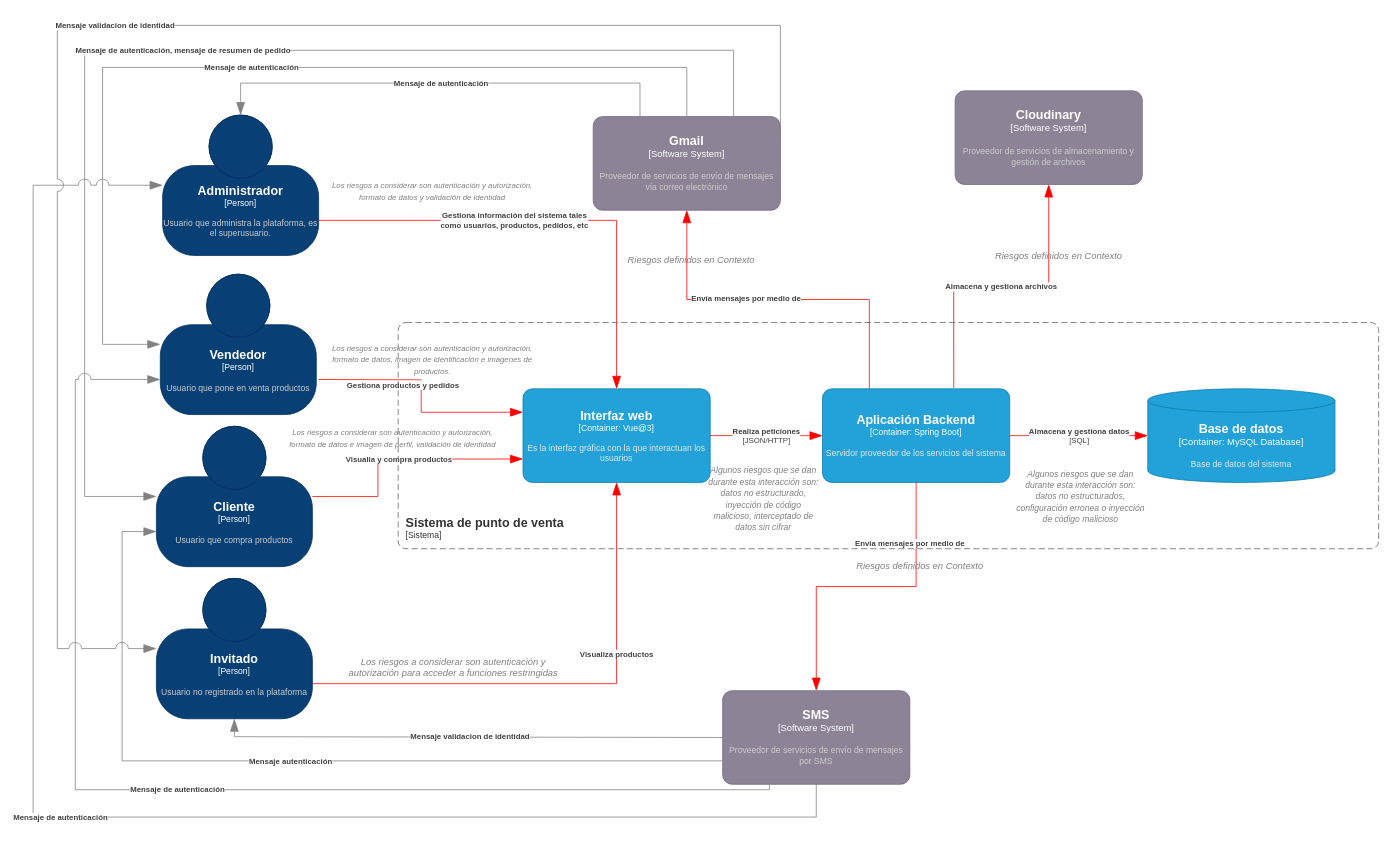
Before: page "Contenedores con riesgos" (2 of 10) of Diagrama/c4CarsiShop.drawio in EmilianoChofis/c4CarsiShop, a draw.io diagram. Source tidied: cells renumbered, new cells numbered last; positions are measured from the earlier drawing's top-left corner, leaving out a move shared by most shapes. Both pictures are drawn from the tidied source at 78%, with x=0, y=0 at pixel (33, 25).
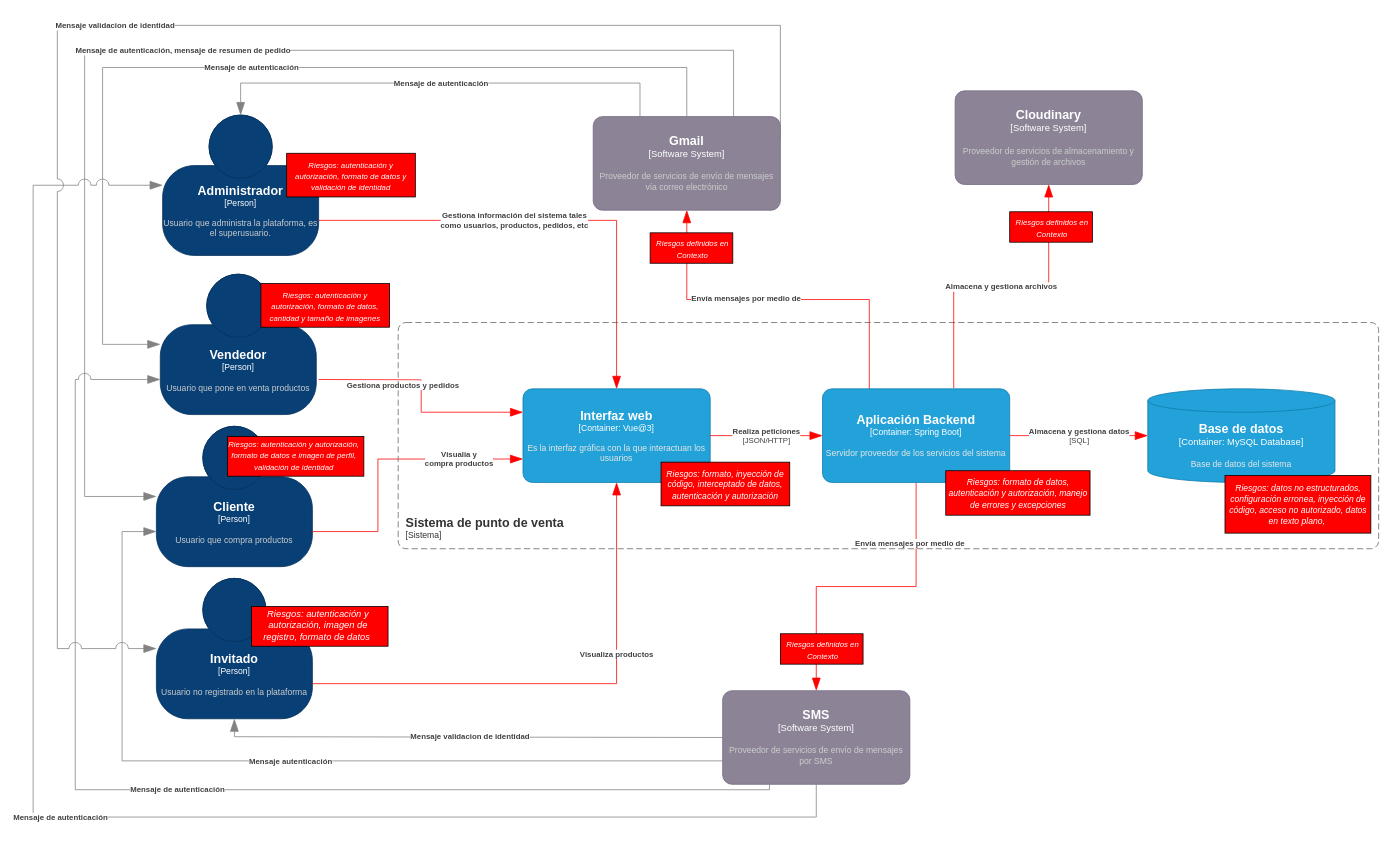
The same diagram, later.

Commit message (it also covers changes not shown here):
contenedores-riesgos actualizado

Unchanged cells that the change refers to:
```xml
<object id="3" label="&lt;font style=&quot;font-size: 16px&quot;&gt;&lt;b&gt;%c4Name%&lt;/b&gt;&lt;/font&gt;&lt;div&gt;[%c4Type%]&lt;/div&gt;&lt;br&gt;&lt;div&gt;&lt;font style=&quot;font-size: 11px&quot;&gt;&lt;font color=&quot;#cccccc&quot;&gt;%c4Description%&lt;/font&gt;&lt;/div&gt;" c4Description="Usuario que compra productos" c4Name="Cliente" c4Type="Person" placeholders="1">
  <mxCell style="html=1;fontSize=11;dashed=0;whiteSpace=wrap;fillColor=#083F75;strokeColor=#06315C;fontColor=#ffffff;shape=mxgraph.c4.person2;align=center;points=[[0.5,0,0],[1,0.5,0],[1,0.75,0],[0.75,1,0],[0.5,1,0],[0.25,1,0],[0,0.75,0],[0,0.5,0]];" parent="1" vertex="1">
    <mxGeometry x="158" y="514" width="200" height="180" as="geometry" />
  </mxCell>
</object>
<object id="24" label="&lt;font style=&quot;font-size: 16px&quot;&gt;&lt;b&gt;%c4Name%&lt;/b&gt;&lt;/font&gt;&lt;div&gt;[%c4Type%: %c4Technology%]&lt;/div&gt;&lt;br&gt;&lt;div&gt;&lt;font style=&quot;font-size: 11px&quot;&gt;&lt;font color=&quot;#E6E6E6&quot;&gt;%c4Description%&lt;/font&gt;&lt;/div&gt;" c4Description="Es la interfaz gráfica con la que interactuan los usuarios" c4Name="Interfaz web " c4Technology="Vue@3" c4Type="Container" placeholders="1">
  <mxCell style="rounded=1;whiteSpace=wrap;html=1;fontSize=11;labelBackgroundColor=none;fillColor=#23A2D9;fontColor=#ffffff;align=center;arcSize=10;strokeColor=#0E7DAD;points=[[0.25,0,0],[0.5,0,0],[0.75,0,0],[1,0.25,0],[1,0.5,0],[1,0.75,0],[0.75,1,0],[0.5,1,0],[0.25,1,0],[0,0.75,0],[0,0.5,0],[0,0.25,0]];" parent="1" vertex="1">
    <mxGeometry x="628" y="466" width="240" height="120" as="geometry" />
  </mxCell>
</object>
```

What changed in the source:
```diff
@@
-    <object id="13" label="&lt;div style=&quot;text-align: left&quot;&gt;&lt;div style=&quot;text-align: center&quot;&gt;&lt;b&gt;%c4Description%&lt;/b&gt;&lt;/div&gt;" c4Description="Visualia y compra productos" placeholders="1">
-      <mxCell style="endArrow=blockThin;html=1;fontSize=10;fontColor=#404040;strokeWidth=1;endFill=1;strokeColor=#FF0000;elbow=vertical;endSize=14;startSize=14;jumpStyle=arc;jumpSize=16;rounded=0;edgeStyle=orthogonalEdgeStyle;exitX=1;exitY=0.5;exitDx=0;exitDy=0;exitPerimeter=0;entryX=0;entryY=0.75;entryDx=0;entryDy=0;entryPerimeter=0;" parent="1" edge="1" source="3" target="24">
-        <mxGeometry relative="1" as="geometry">
+    <object id="13" label="&lt;div style=&quot;text-align: left&quot;&gt;&lt;div style=&quot;text-align: center&quot;&gt;&lt;b&gt;%c4Description%&lt;/b&gt;&lt;/div&gt;" c4Description="Visualia y &#10;compra productos" placeholders="1">
+      <mxCell style="endArrow=blockThin;html=1;fontSize=10;fontColor=#404040;strokeWidth=1;endFill=1;strokeColor=#FF0000;elbow=vertical;endSize=14;startSize=14;jumpStyle=arc;jumpSize=16;rounded=0;edgeStyle=orthogonalEdgeStyle;exitX=1;exitY=0.75;exitDx=0;exitDy=0;exitPerimeter=0;entryX=0;entryY=0.75;entryDx=0;entryDy=0;entryPerimeter=0;" parent="1" edge="1" source="3" target="24">
+        <mxGeometry x="0.55" relative="1" as="geometry">
           <Array as="points">
-            <mxPoint x="442" y="604" />
+            <mxPoint x="442" y="649" />
             <mxPoint x="442" y="556" />
           </Array>
         </mxGeometry>
       </mxCell>
     </object>
@@
-    <mxCell id="30" value="&lt;i&gt;&lt;font style=&quot;font-size: 11px;&quot; color=&quot;#808080&quot;&gt;Algunos riesgos que se dan durante esta interacción son: datos no estructurados, configuración erronea o inyección de código malicioso&lt;/font&gt;&lt;/i&gt;" style="text;strokeColor=none;align=center;fillColor=none;html=1;verticalAlign=middle;whiteSpace=wrap;rounded=0;" parent="1" vertex="1">
-      <mxGeometry x="1257" y="589" width="172" height="30" as="geometry" />
-    </mxCell>
+    <mxCell id="39" style="group;" parent="1" vertex="1">
+      <mxGeometry x="805" y="560" width="165" height="68" as="geometry" />
+    </mxCell>
+    <mxCell id="40" style="rounded=0;whiteSpace=wrap;html=1;fillColor=#FF0000;" parent="39" vertex="1">
+      <mxGeometry width="165" height="56" as="geometry" />
+    </mxCell>
-    <mxCell id="31" value="&lt;i&gt;&lt;font style=&quot;font-size: 11px;&quot; color=&quot;#808080&quot;&gt;Algunos riesgos que se dan durante esta interacción son: datos no estructurado, inyección de código malicioso, interceptado de datos sin cifrar&lt;/font&gt;&lt;/i&gt;" style="text;strokeColor=none;align=center;fillColor=none;html=1;verticalAlign=middle;whiteSpace=wrap;rounded=0;" parent="1" vertex="1">
-      <mxGeometry x="864" y="592" width="145" height="30" as="geometry" />
+    <mxCell id="31" value="&lt;i&gt;&lt;font color=&quot;#ffffff&quot; style=&quot;font-size: 11px;&quot;&gt;Riesgos: formato, inyección de código, interceptado de datos, autenticación y autorización&lt;/font&gt;&lt;/i&gt;" style="text;strokeColor=none;align=center;fillColor=none;html=1;verticalAlign=middle;whiteSpace=wrap;rounded=0;" parent="39" vertex="1">
+      <mxGeometry x="4" y="4" width="157" height="50" as="geometry" />
     </mxCell>
-    <mxCell id="32" value="&lt;i&gt;&lt;font color=&quot;#808080&quot;&gt;Riesgos definidos en Contexto&lt;/font&gt;&lt;/i&gt;" style="text;strokeColor=none;align=center;fillColor=none;html=1;verticalAlign=middle;whiteSpace=wrap;rounded=0;" parent="1" vertex="1">
-      <mxGeometry x="1229" y="281" width="172" height="30" as="geometry" />
-    </mxCell>
-    <mxCell id="33" value="&lt;i&gt;&lt;font color=&quot;#808080&quot;&gt;Riesgos definidos en Contexto&lt;/font&gt;&lt;/i&gt;" style="text;strokeColor=none;align=center;fillColor=none;html=1;verticalAlign=middle;whiteSpace=wrap;rounded=0;" parent="1" vertex="1">
-      <mxGeometry x="758" y="286" width="172" height="30" as="geometry" />
-    </mxCell>
-    <mxCell id="34" value="&lt;i&gt;&lt;font color=&quot;#808080&quot;&gt;Riesgos definidos en Contexto&lt;/font&gt;&lt;/i&gt;" style="text;strokeColor=none;align=center;fillColor=none;html=1;verticalAlign=middle;whiteSpace=wrap;rounded=0;" parent="1" vertex="1">
-      <mxGeometry x="1051" y="679" width="172" height="30" as="geometry" />
-    </mxCell>
-    <mxCell id="35" value="&lt;font color=&quot;#808080&quot;&gt;&lt;i&gt;Los riesgos a considerar son autenticación y autorización para acceder a funciones restringidas&lt;/i&gt;&lt;/font&gt;" style="text;strokeColor=none;align=center;fillColor=none;html=1;verticalAlign=middle;whiteSpace=wrap;rounded=0;" parent="1" vertex="1">
-      <mxGeometry x="398" y="808" width="282" height="30" as="geometry" />
-    </mxCell>
-    <mxCell id="36" value="&lt;font style=&quot;font-size: 10px;&quot; color=&quot;#808080&quot;&gt;&lt;i&gt;Los riesgos a considerar son autenticación y autorización, formato de datos e imagen de perfil, validación de identidad&lt;/i&gt;&lt;/font&gt;" style="text;strokeColor=none;align=center;fillColor=none;html=1;verticalAlign=middle;whiteSpace=wrap;rounded=0;" parent="1" vertex="1">
-      <mxGeometry x="320" y="514" width="282" height="30" as="geometry" />
-    </mxCell>
-    <mxCell id="37" value="&lt;font style=&quot;font-size: 10px;&quot; color=&quot;#808080&quot;&gt;&lt;i&gt;Los riesgos a considerar son autenticación y autorización, formato de datos, imagen de identificación e imagenes de productos.&lt;/i&gt;&lt;/font&gt;" style="text;strokeColor=none;align=center;fillColor=none;html=1;verticalAlign=middle;whiteSpace=wrap;rounded=0;" parent="1" vertex="1">
-      <mxGeometry x="371" y="413" width="282" height="30" as="geometry" />
-    </mxCell>
-    <mxCell id="38" value="&lt;font style=&quot;font-size: 10px;&quot; color=&quot;#808080&quot;&gt;&lt;i&gt;Los riesgos a considerar son autenticación y autorización, formato de datos y validación de identidad&lt;/i&gt;&lt;/font&gt;" style="text;strokeColor=none;align=center;fillColor=none;html=1;verticalAlign=middle;whiteSpace=wrap;rounded=0;" parent="1" vertex="1">
-      <mxGeometry x="371" y="197" width="282" height="30" as="geometry" />
-    </mxCell>
+    <mxCell id="41" style="group;" parent="1" vertex="1">
+      <mxGeometry x="1528" y="577" width="187" height="74" as="geometry" />
+    </mxCell>
+    <mxCell id="42" style="rounded=0;whiteSpace=wrap;html=1;fillColor=#FF0000;" parent="41" vertex="1">
+      <mxGeometry width="187" height="74" as="geometry" />
+    </mxCell>
+    <mxCell id="43" value="&lt;i&gt;&lt;font color=&quot;#ffffff&quot; style=&quot;font-size: 11px;&quot;&gt;Riesgos: datos no estructurados, configuración erronea, inyección de código, acceso no autorizado, datos en texto plano,&amp;nbsp;&lt;/font&gt;&lt;/i&gt;" style="text;strokeColor=none;align=center;fillColor=none;html=1;verticalAlign=middle;whiteSpace=wrap;rounded=0;" parent="41" vertex="1">
+      <mxGeometry x="2.5" y="18" width="182" height="38" as="geometry" />
+    </mxCell>
+    <mxCell id="44" style="group;" parent="1" vertex="1">
+      <mxGeometry x="1170" y="571" width="185" height="57" as="geometry" />
+    </mxCell>
+    <mxCell id="45" style="rounded=0;whiteSpace=wrap;html=1;fillColor=#FF0000;" parent="44" vertex="1">
+      <mxGeometry width="185" height="57" as="geometry" />
+    </mxCell>
+    <mxCell id="46" value="&lt;i&gt;&lt;font color=&quot;#ffffff&quot; style=&quot;font-size: 11px;&quot;&gt;Riesgos: formato de datos, autenticación y autorización, manejo de errores y excepciones&lt;/font&gt;&lt;/i&gt;" style="text;strokeColor=none;align=center;fillColor=none;html=1;verticalAlign=middle;whiteSpace=wrap;rounded=0;" parent="44" vertex="1">
+      <mxGeometry x="2.5" y="13.9" width="180.1" height="29.3" as="geometry" />
+    </mxCell>
+    <mxCell id="47" style="group;" parent="1" vertex="1">
+      <mxGeometry x="325" y="164" width="165" height="68" as="geometry" />
+    </mxCell>
+    <mxCell id="48" style="rounded=0;whiteSpace=wrap;html=1;fillColor=#FF0000;" parent="47" vertex="1">
+      <mxGeometry width="165" height="56" as="geometry" />
+    </mxCell>
+    <mxCell id="49" value="&lt;i style=&quot;font-size: 10px;&quot;&gt;&lt;font color=&quot;#ffffff&quot;&gt;Riesgos: autenticación y autorización, formato de datos y validación de identidad&lt;/font&gt;&lt;/i&gt;" style="text;strokeColor=none;align=center;fillColor=none;html=1;verticalAlign=middle;whiteSpace=wrap;rounded=0;" parent="47" vertex="1">
+      <mxGeometry x="4" y="4" width="157" height="50" as="geometry" />
+    </mxCell>
+    <mxCell id="50" style="group;" parent="1" vertex="1">
+      <mxGeometry x="292" y="331" width="165" height="68" as="geometry" />
+    </mxCell>
+    <mxCell id="51" style="rounded=0;whiteSpace=wrap;html=1;fillColor=#FF0000;" parent="50" vertex="1">
+      <mxGeometry width="165" height="56" as="geometry" />
+    </mxCell>
+    <mxCell id="52" value="&lt;i style=&quot;font-size: 10px;&quot;&gt;&lt;font color=&quot;#ffffff&quot;&gt;Riesgos: autenticación y autorización, formato de datos, cantidad y tamaño de imagenes&lt;/font&gt;&lt;/i&gt;" style="text;strokeColor=none;align=center;fillColor=none;html=1;verticalAlign=middle;whiteSpace=wrap;rounded=0;" parent="50" vertex="1">
+      <mxGeometry x="4" y="4" width="157" height="50" as="geometry" />
+    </mxCell>
+    <mxCell id="53" style="group;" parent="1" vertex="1">
+      <mxGeometry x="249" y="527" width="182" height="80" as="geometry" />
+    </mxCell>
+    <mxCell id="54" style="rounded=0;whiteSpace=wrap;html=1;fillColor=#FF0000;" parent="53" vertex="1">
+      <mxGeometry width="175" height="51" as="geometry" />
+    </mxCell>
+    <mxCell id="55" value="&lt;i style=&quot;font-size: 10px;&quot;&gt;&lt;font color=&quot;#ffffff&quot;&gt;Riesgos: autenticación y autorización, formato de datos e imagen de perfil, validación de identidad&lt;/font&gt;&lt;/i&gt;" style="text;strokeColor=none;align=center;fillColor=none;html=1;verticalAlign=middle;whiteSpace=wrap;rounded=0;" parent="53" vertex="1">
+      <mxGeometry y="-5" width="171" height="57.6" as="geometry" />
+    </mxCell>
+    <mxCell id="56" style="group;" parent="1" vertex="1">
+      <mxGeometry x="280" y="745" width="182" height="80" as="geometry" />
+    </mxCell>
+    <mxCell id="57" style="rounded=0;whiteSpace=wrap;html=1;fillColor=#FF0000;" parent="56" vertex="1">
+      <mxGeometry width="175" height="51" as="geometry" />
+    </mxCell>
+    <mxCell id="58" value="&lt;i style=&quot;&quot;&gt;&lt;font color=&quot;#ffffff&quot;&gt;Riesgos: autenticación y autorización, imagen de registro, formato de datos&amp;nbsp;&lt;/font&gt;&lt;/i&gt;" style="text;strokeColor=none;align=center;fillColor=none;html=1;verticalAlign=middle;whiteSpace=wrap;rounded=0;" parent="56" vertex="1">
+      <mxGeometry y="-5" width="171" height="57.6" as="geometry" />
+    </mxCell>
+    <mxCell id="59" style="group;" parent="1" vertex="1">
+      <mxGeometry x="958" y="768" width="185" height="57" as="geometry" />
+    </mxCell>
+    <mxCell id="60" style="rounded=0;whiteSpace=wrap;html=1;fillColor=#FF0000;" parent="59" vertex="1">
+      <mxGeometry y="12" width="106" height="39" as="geometry" />
+    </mxCell>
+    <mxCell id="61" value="&lt;i&gt;&lt;font style=&quot;font-size: 10px;&quot; color=&quot;#ffffff&quot;&gt;Riesgos definidos en Contexto&lt;/font&gt;&lt;/i&gt;" style="text;strokeColor=none;align=center;fillColor=none;html=1;verticalAlign=middle;whiteSpace=wrap;rounded=0;" parent="59" vertex="1">
+      <mxGeometry x="2.5" y="22" width="102.5" height="21.1" as="geometry" />
+    </mxCell>
+    <mxCell id="62" style="group;" parent="1" vertex="1">
+      <mxGeometry x="1252" y="227" width="185" height="57" as="geometry" />
+    </mxCell>
+    <mxCell id="63" style="rounded=0;whiteSpace=wrap;html=1;fillColor=#FF0000;" parent="62" vertex="1">
+      <mxGeometry y="12" width="106" height="39" as="geometry" />
+    </mxCell>
+    <mxCell id="64" value="&lt;i&gt;&lt;font style=&quot;font-size: 10px;&quot; color=&quot;#ffffff&quot;&gt;Riesgos definidos en Contexto&lt;/font&gt;&lt;/i&gt;" style="text;strokeColor=none;align=center;fillColor=none;html=1;verticalAlign=middle;whiteSpace=wrap;rounded=0;" parent="62" vertex="1">
+      <mxGeometry x="2.5" y="22" width="102.5" height="21.1" as="geometry" />
+    </mxCell>
+    <mxCell id="65" style="group;" parent="1" vertex="1">
+      <mxGeometry x="791" y="254" width="185" height="57" as="geometry" />
+    </mxCell>
+    <mxCell id="66" style="rounded=0;whiteSpace=wrap;html=1;fillColor=#FF0000;" parent="65" vertex="1">
+      <mxGeometry y="12" width="106" height="39" as="geometry" />
+    </mxCell>
+    <mxCell id="67" value="&lt;i&gt;&lt;font style=&quot;font-size: 10px;&quot; color=&quot;#ffffff&quot;&gt;Riesgos definidos en Contexto&lt;/font&gt;&lt;/i&gt;" style="text;strokeColor=none;align=center;fillColor=none;html=1;verticalAlign=middle;whiteSpace=wrap;rounded=0;" parent="65" vertex="1">
+      <mxGeometry x="2.5" y="22" width="102.5" height="21.1" as="geometry" />
+    </mxCell>
```
